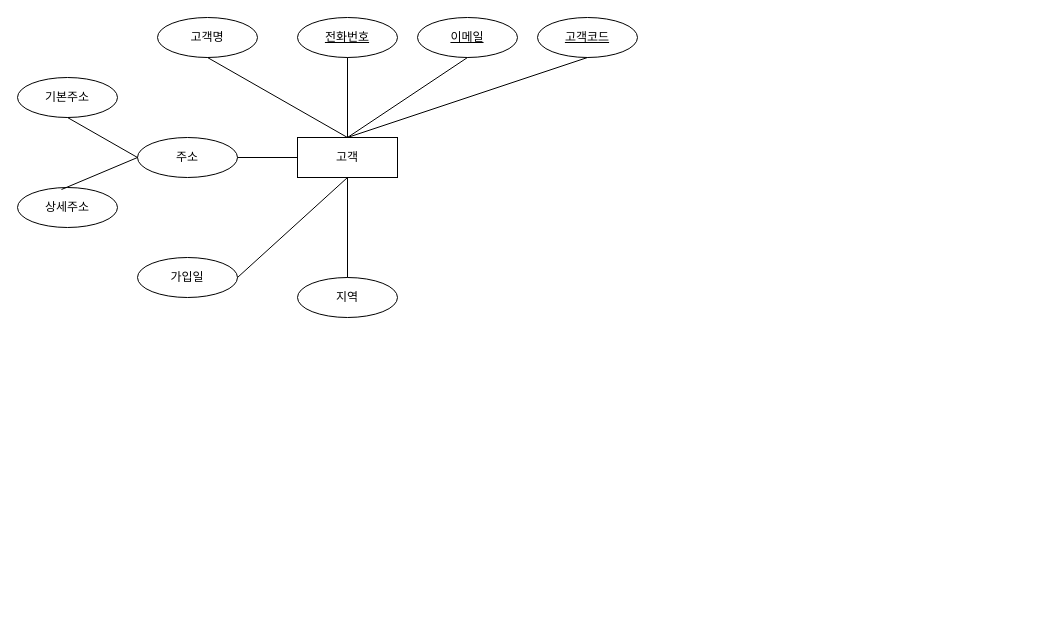
Before: 제목 없는 다이어그램.drawio in cchoiGeon/erd, a draw.io diagram. Source tidied: cells renumbered, new cells numbered last; positions are measured from the earlier drawing's top-left corner, leaving out a move shared by most shapes. Both pictures are drawn from the tidied source at 100%, with x=0, y=0 at pixel (17, 17).
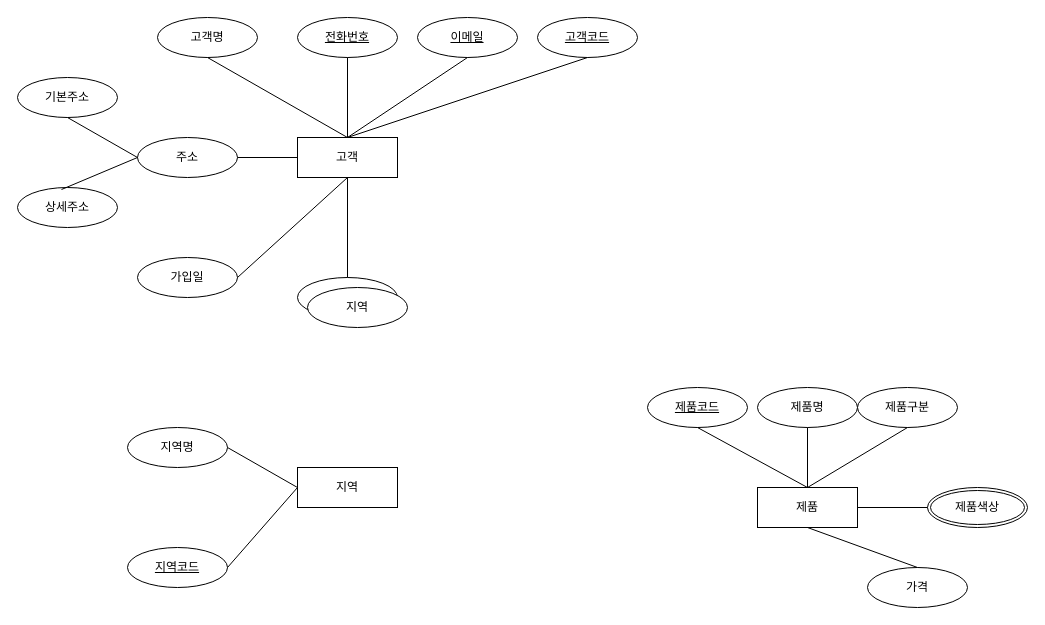
The same diagram, later.

Commit message (it also covers changes not shown here):
제목 없는 다이어그램.drawio 업데이트

Diff of the diagram source:
```diff
@@
+    <mxCell id="21" value="지역" style="whiteSpace=wrap;html=1;align=center;" parent="1" vertex="1">
+      <mxGeometry x="280" y="450" width="100" height="40" as="geometry" />
+    </mxCell>
+    <mxCell id="22" value="지역명" style="ellipse;whiteSpace=wrap;html=1;align=center;" parent="1" vertex="1">
+      <mxGeometry x="110" y="410" width="100" height="40" as="geometry" />
+    </mxCell>
+    <mxCell id="23" value="지역코드" style="ellipse;whiteSpace=wrap;html=1;align=center;fontStyle=4;" parent="1" vertex="1">
+      <mxGeometry x="110" y="530" width="100" height="40" as="geometry" />
+    </mxCell>
+    <mxCell id="24" style="endArrow=none;html=1;rounded=0;exitX=1;exitY=0.5;exitDx=0;exitDy=0;entryX=0;entryY=0.5;entryDx=0;entryDy=0;" parent="1" edge="1" source="22" target="21">
+      <mxGeometry relative="1" as="geometry" />
+    </mxCell>
+    <mxCell id="25" style="endArrow=none;html=1;rounded=0;exitX=1;exitY=0.5;exitDx=0;exitDy=0;" parent="1" edge="1" source="23">
+      <mxGeometry relative="1" as="geometry">
+        <mxPoint x="280" y="470" as="targetPoint" />
+      </mxGeometry>
+    </mxCell>
+    <mxCell id="26" value="제품" style="whiteSpace=wrap;html=1;align=center;" parent="1" vertex="1">
+      <mxGeometry x="740" y="470" width="100" height="40" as="geometry" />
+    </mxCell>
+    <mxCell id="27" value="제품명" style="ellipse;whiteSpace=wrap;html=1;align=center;" parent="1" vertex="1">
+      <mxGeometry x="740" y="370" width="100" height="40" as="geometry" />
+    </mxCell>
+    <mxCell id="28" value="제품코드" style="ellipse;whiteSpace=wrap;html=1;align=center;fontStyle=4;" parent="1" vertex="1">
+      <mxGeometry x="630" y="370" width="100" height="40" as="geometry" />
+    </mxCell>
+    <mxCell id="29" style="endArrow=none;html=1;rounded=0;exitX=0.5;exitY=1;exitDx=0;exitDy=0;entryX=0.5;entryY=0;entryDx=0;entryDy=0;" parent="1" edge="1" source="27" target="26">
+      <mxGeometry relative="1" as="geometry" />
+    </mxCell>
+    <mxCell id="30" style="endArrow=none;html=1;rounded=0;exitX=0.5;exitY=1;exitDx=0;exitDy=0;" parent="1" edge="1" source="28">
+      <mxGeometry relative="1" as="geometry">
+        <mxPoint x="790" y="470" as="targetPoint" />
+      </mxGeometry>
+    </mxCell>
+    <mxCell id="31" value="제품구분" style="ellipse;whiteSpace=wrap;html=1;align=center;" parent="1" vertex="1">
+      <mxGeometry x="840" y="370" width="100" height="40" as="geometry" />
+    </mxCell>
+    <mxCell id="32" style="endArrow=none;html=1;rounded=0;exitX=0.5;exitY=1;exitDx=0;exitDy=0;entryX=0.5;entryY=0;entryDx=0;entryDy=0;" parent="1" edge="1" source="31" target="26">
+      <mxGeometry relative="1" as="geometry" />
+    </mxCell>
+    <mxCell id="33" value="제품색상" style="ellipse;shape=doubleEllipse;margin=3;whiteSpace=wrap;html=1;align=center;" parent="1" vertex="1">
+      <mxGeometry x="910" y="470" width="100" height="40" as="geometry" />
+    </mxCell>
+    <mxCell id="34" value="가격" style="ellipse;whiteSpace=wrap;html=1;align=center;" parent="1" vertex="1">
+      <mxGeometry x="850" y="550" width="100" height="40" as="geometry" />
+    </mxCell>
+    <mxCell id="35" style="endArrow=none;html=1;rounded=0;exitX=0;exitY=0.5;exitDx=0;exitDy=0;entryX=1;entryY=0.5;entryDx=0;entryDy=0;" parent="1" edge="1" source="33" target="26">
+      <mxGeometry relative="1" as="geometry" />
+    </mxCell>
+    <mxCell id="36" style="endArrow=none;html=1;rounded=0;exitX=0.5;exitY=0;exitDx=0;exitDy=0;entryX=0.5;entryY=1;entryDx=0;entryDy=0;" parent="1" edge="1" source="34" target="26">
+      <mxGeometry relative="1" as="geometry" />
+    </mxCell>
+    <mxCell id="37" value="지역" style="ellipse;whiteSpace=wrap;html=1;align=center;" parent="1" vertex="1">
+      <mxGeometry x="290" y="270" width="100" height="40" as="geometry" />
+    </mxCell>
```
